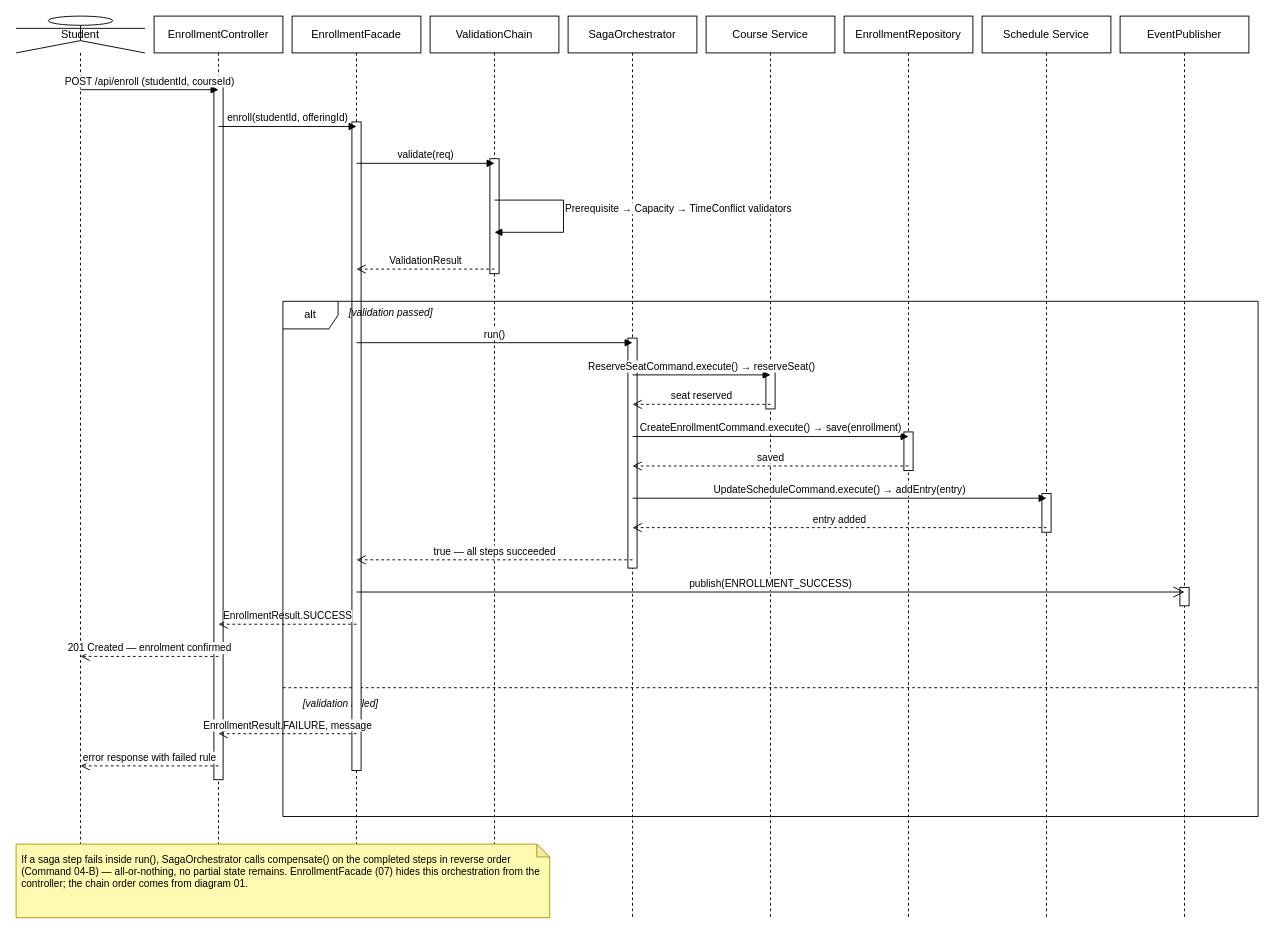
Above: Diagrams/Sequence_diagrams/seq-1-student-enrolls.drawio in Tharusha-dev/soft_architect_redda (draw.io), before the change. Source tidied: cells renumbered, new cells numbered last; positions are measured from the earlier drawing's top-left corner, leaving out a move shared by most shapes. Both pictures are drawn from the tidied source at 92%, with x=0, y=0 at pixel (16, 16).
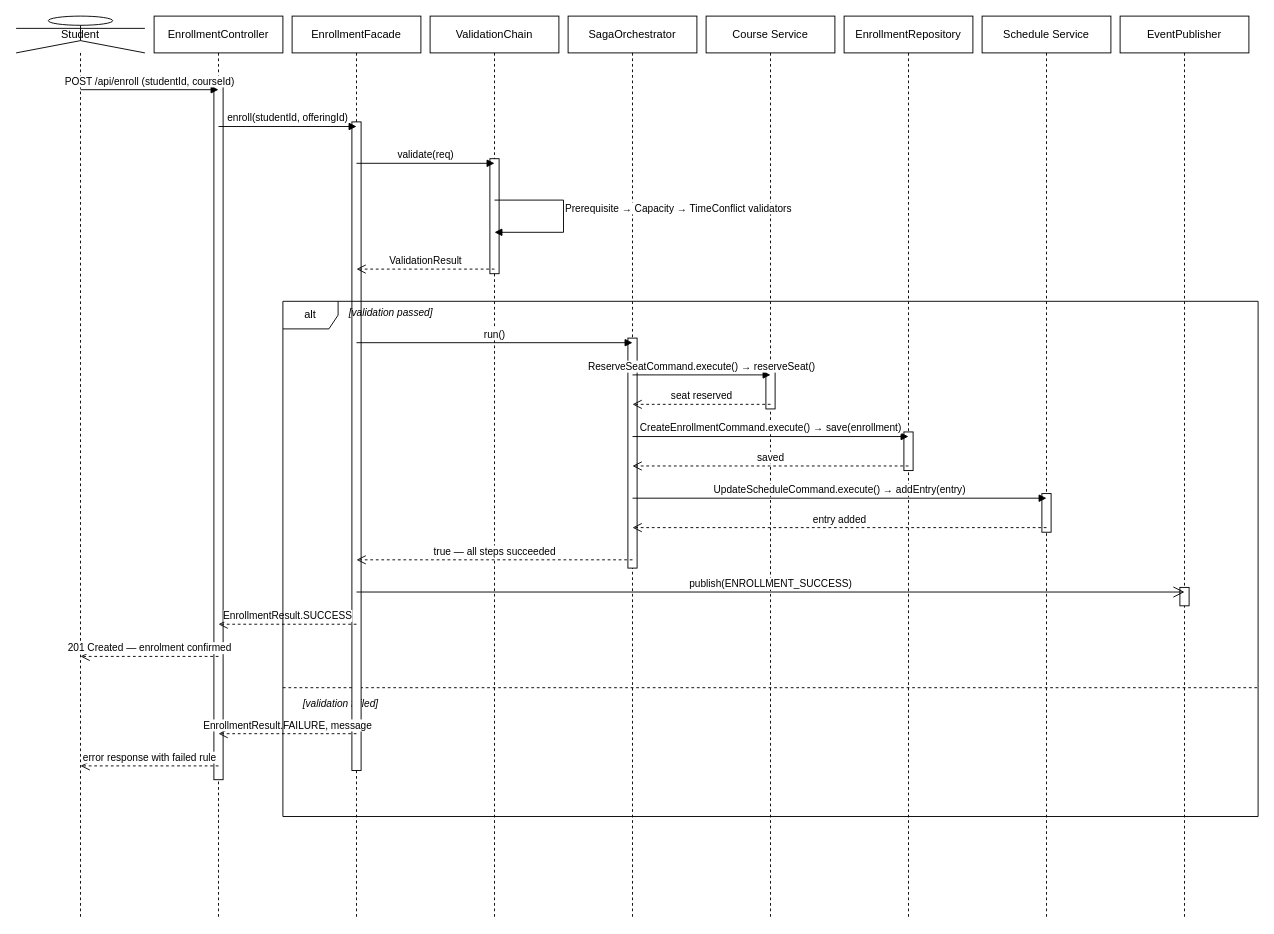
Above is the later version.

The edit, as a diff of the source:
```diff
@@
-    <mxCell id="39" value="If a saga step fails inside run(), SagaOrchestrator calls compensate() on the completed steps in reverse order (Command 04-B) — all-or-nothing, no partial state remains. EnrollmentFacade (07) hides this orchestration from the controller; the chain order comes from diagram 01." style="shape=note;whiteSpace=wrap;html=1;backgroundOutline=1;darkOpacity=0.05;fillColor=#FFF9B2;strokeColor=#B09500;size=14;align=left;verticalAlign=top;spacing=6;fontSize=11;" parent="1" vertex="1">
-      <mxGeometry y="900" width="580" height="80" as="geometry" />
-    </mxCell>
```
